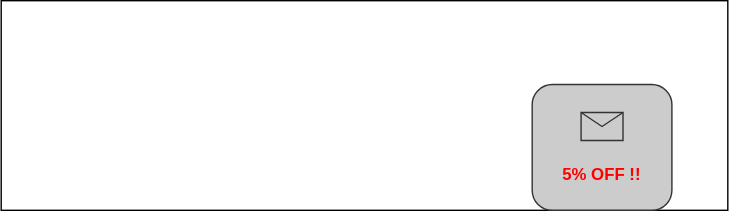
Above: blog.jxck.io/drafts/4/1.toast.drawio.svg in Jxck/jxck.io (draw.io), before the change. Source tidied: cells renumbered, new cells last; positions are measured from the earlier drawing's top-left corner, leaving out a move shared by most shapes. Its diagram source:
```xml
<mxGraphModel>
  <root>
    <mxCell id="0" />
    <mxCell id="1" parent="0" />
    <mxCell id="2" style="rounded=0;whiteSpace=wrap;html=1;fillColor=#FFFFFF;" parent="1" vertex="1">
      <mxGeometry width="520" height="150" as="geometry" />
    </mxCell>
    <mxCell id="3" style="rounded=1;whiteSpace=wrap;html=1;strokeColor=#333333;fillColor=#CCCCCC;arcSize=16;" parent="1" vertex="1">
      <mxGeometry x="380" y="60" width="100" height="90" as="geometry" />
    </mxCell>
    <mxCell id="4" style="shape=message;html=1;html=1;labelPosition=center;verticalLabelPosition=bottom;align=center;verticalAlign=top;strokeColor=#333333;fillColor=#CCCCCC;" parent="1" vertex="1">
      <mxGeometry x="415" y="80" width="30" height="20" as="geometry" />
    </mxCell>
    <mxCell id="5" value="&lt;font color=&quot;#ff0000&quot;&gt;&lt;b&gt;5% OFF !!&lt;/b&gt;&lt;/font&gt;" style="text;html=1;strokeColor=none;fillColor=none;align=center;verticalAlign=middle;whiteSpace=wrap;rounded=0;" parent="1" vertex="1">
      <mxGeometry x="400" y="110" width="60" height="30" as="geometry" />
    </mxCell>
  </root>
</mxGraphModel>
```
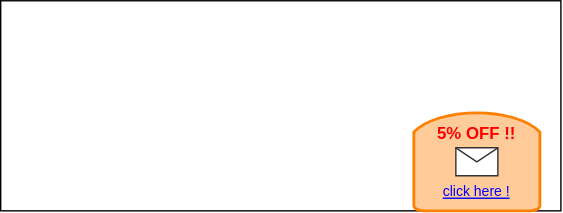
Later version of the same file.

What changed in the source:
```diff
@@ -3,16 +3,19 @@
     <mxCell id="0" />
     <mxCell id="1" parent="0" />
     <mxCell id="2" style="rounded=0;whiteSpace=wrap;html=1;fillColor=#FFFFFF;" parent="1" vertex="1">
-      <mxGeometry width="520" height="150" as="geometry" />
+      <mxGeometry x="-50" y="-170" width="400" height="150" as="geometry" />
     </mxCell>
-    <mxCell id="3" style="rounded=1;whiteSpace=wrap;html=1;strokeColor=#333333;fillColor=#CCCCCC;arcSize=16;" parent="1" vertex="1">
-      <mxGeometry x="380" y="60" width="100" height="90" as="geometry" />
-    </mxCell>
+    <mxCell id="6" style="strokeWidth=2;html=1;shape=mxgraph.flowchart.delay;whiteSpace=wrap;strokeColor=#FF8000;fontFamily=Helvetica;fontSize=10;fontColor=#0000FF;fillColor=#FFCC99;rotation=-90;" parent="1" vertex="1">
+      <mxGeometry x="255" y="-100" width="70" height="90" as="geometry" />
+    </mxCell>
-    <mxCell id="4" style="shape=message;html=1;html=1;labelPosition=center;verticalLabelPosition=bottom;align=center;verticalAlign=top;strokeColor=#333333;fillColor=#CCCCCC;" parent="1" vertex="1">
-      <mxGeometry x="415" y="80" width="30" height="20" as="geometry" />
+    <mxCell id="4" style="shape=message;html=1;html=1;labelPosition=center;verticalLabelPosition=bottom;align=center;verticalAlign=top;strokeColor=#333333;fillColor=#FFFFFF;" parent="1" vertex="1">
+      <mxGeometry x="275" y="-65" width="30" height="20" as="geometry" />
     </mxCell>
     <mxCell id="5" value="&lt;font color=&quot;#ff0000&quot;&gt;&lt;b&gt;5% OFF !!&lt;/b&gt;&lt;/font&gt;" style="text;html=1;strokeColor=none;fillColor=none;align=center;verticalAlign=middle;whiteSpace=wrap;rounded=0;" parent="1" vertex="1">
-      <mxGeometry x="400" y="110" width="60" height="30" as="geometry" />
+      <mxGeometry x="260" y="-85" width="60" height="20" as="geometry" />
     </mxCell>
+    <mxCell id="7" value="&lt;font color=&quot;#0000ff&quot; style=&quot;font-size: 10px;&quot;&gt;&lt;u style=&quot;&quot;&gt;click here !&lt;/u&gt;&lt;/font&gt;" style="text;html=1;strokeColor=none;fillColor=none;align=center;verticalAlign=middle;whiteSpace=wrap;rounded=0;fontColor=#FF0000;" parent="1" vertex="1">
+      <mxGeometry x="258.8" y="-44" width="62.5" height="20" as="geometry" />
+    </mxCell>
   </root>
 </mxGraphModel>
```
